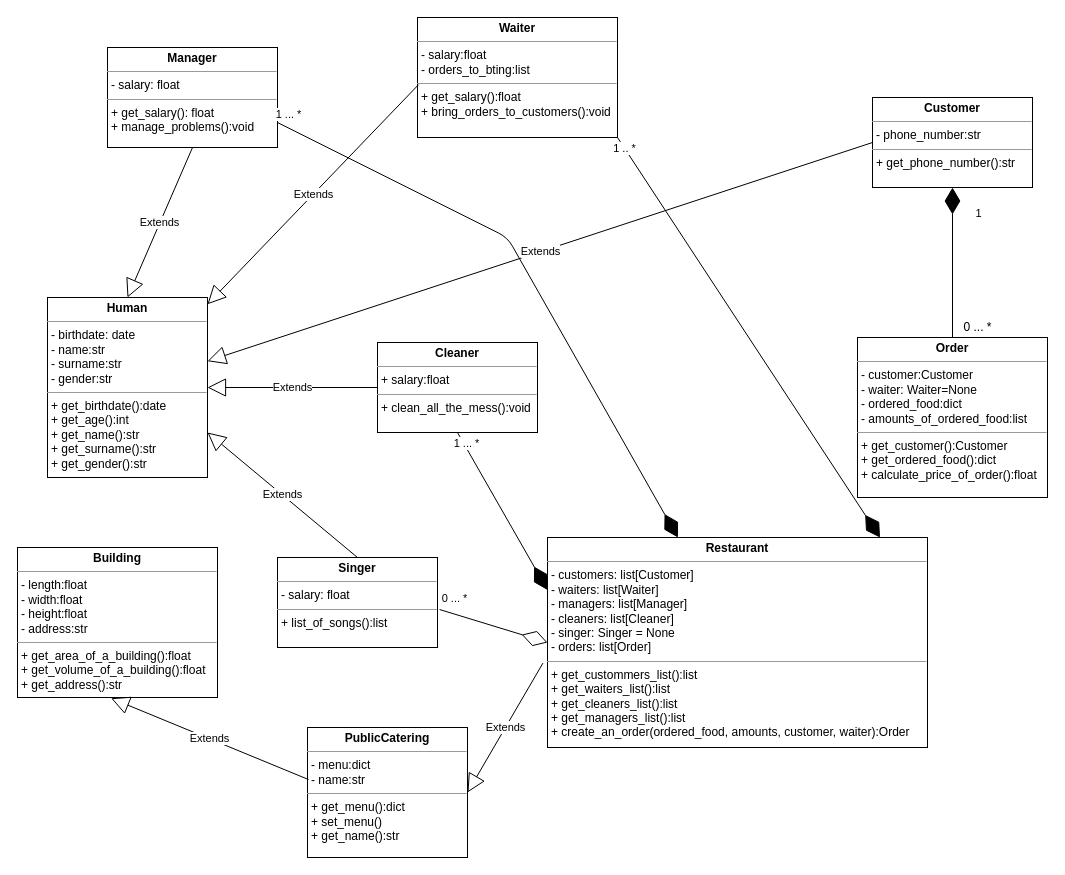
The draw.io diagram python_module/task_5/restaurant1.drawio in YeseniiaBorzova/python_education, before the edit. Source tidied: cells renumbered, new cells numbered last; positions are measured from the earlier drawing's top-left corner, leaving out a move shared by most shapes. Both pictures are drawn from the tidied source at 100%, with x=0, y=0 at pixel (17, 17).
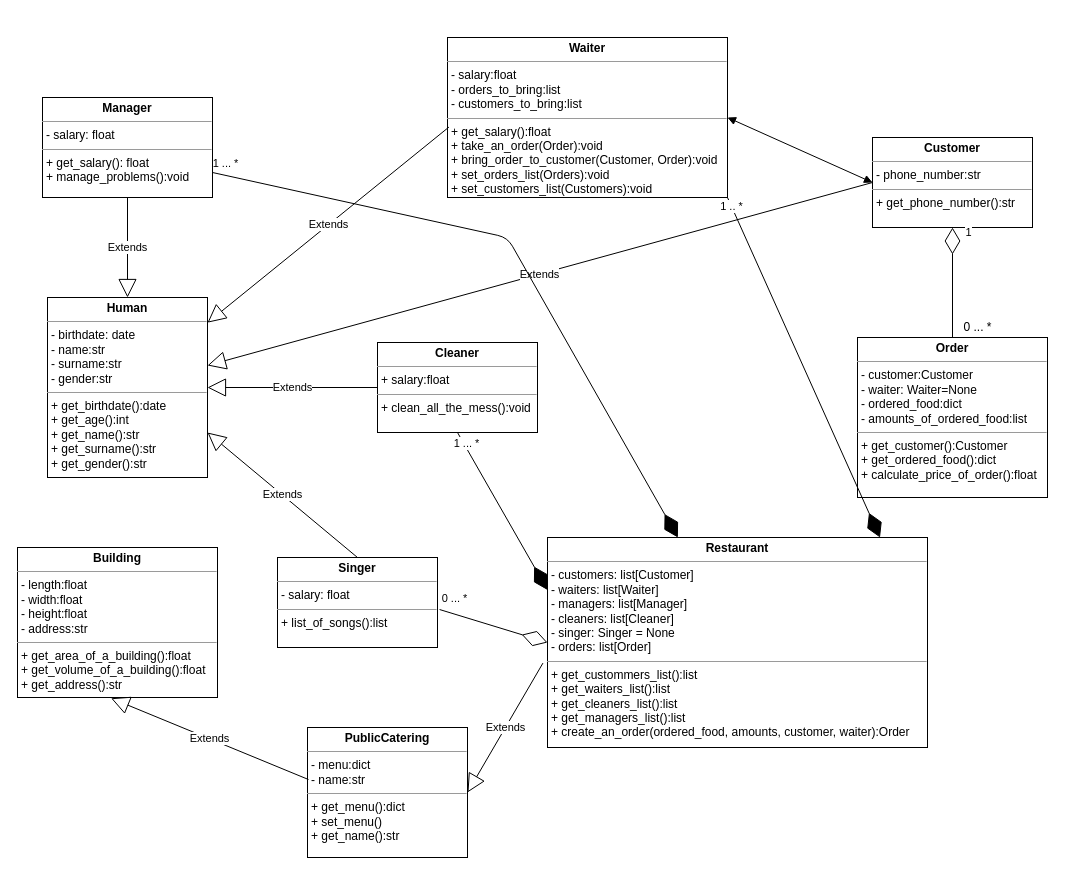
The same page after the edit.

Commit message:
Minor changes in relationships between classes

The change refers to these unchanged cells:
```xml
<mxCell id="14" value="&lt;p style=&quot;margin: 0px ; margin-top: 4px ; text-align: center&quot;&gt;&lt;b&gt;Order&lt;/b&gt;&lt;/p&gt;&lt;hr size=&quot;1&quot;&gt;&lt;p style=&quot;margin: 0px ; margin-left: 4px&quot;&gt;- customer:Customer&lt;/p&gt;&lt;p style=&quot;margin: 0px ; margin-left: 4px&quot;&gt;- waiter: Waiter=None&lt;/p&gt;&lt;p style=&quot;margin: 0px ; margin-left: 4px&quot;&gt;- ordered_food:dict&lt;/p&gt;&lt;p style=&quot;margin: 0px ; margin-left: 4px&quot;&gt;- amounts_of_ordered_food:list&lt;/p&gt;&lt;hr size=&quot;1&quot;&gt;&lt;p style=&quot;margin: 0px ; margin-left: 4px&quot;&gt;+ get_customer():Customer&lt;/p&gt;&lt;p style=&quot;margin: 0px ; margin-left: 4px&quot;&gt;+ get_ordered_food():dict&lt;/p&gt;&lt;p style=&quot;margin: 0px ; margin-left: 4px&quot;&gt;+ calculate_price_of_order():float&lt;/p&gt;" style="verticalAlign=top;align=left;overflow=fill;fontSize=12;fontFamily=Helvetica;html=1;" parent="1" vertex="1">
  <mxGeometry x="840" y="320" width="190" height="160" as="geometry" />
</mxCell>
```

Diff of the diagram source:
```diff
@@
-    <mxCell id="3" value="&lt;p style=&quot;margin: 0px ; margin-top: 4px ; text-align: center&quot;&gt;&lt;b&gt;Waiter&lt;/b&gt;&lt;/p&gt;&lt;hr size=&quot;1&quot;&gt;&lt;p style=&quot;margin: 0px ; margin-left: 4px&quot;&gt;- salary:float&lt;/p&gt;&lt;p style=&quot;margin: 0px ; margin-left: 4px&quot;&gt;- orders_to_bting:list&lt;/p&gt;&lt;hr size=&quot;1&quot;&gt;&lt;p style=&quot;margin: 0px ; margin-left: 4px&quot;&gt;+ get_salary():float&lt;/p&gt;&lt;p style=&quot;margin: 0px ; margin-left: 4px&quot;&gt;+ bring_orders_to_customers():void&lt;/p&gt;" style="verticalAlign=top;align=left;overflow=fill;fontSize=12;fontFamily=Helvetica;html=1;" parent="1" vertex="1">
-      <mxGeometry x="400" width="200" height="120" as="geometry" />
+    <mxCell id="3" value="&lt;p style=&quot;margin: 0px ; margin-top: 4px ; text-align: center&quot;&gt;&lt;b&gt;Waiter&lt;/b&gt;&lt;/p&gt;&lt;hr size=&quot;1&quot;&gt;&lt;p style=&quot;margin: 0px ; margin-left: 4px&quot;&gt;- salary:float&lt;/p&gt;&lt;p style=&quot;margin: 0px ; margin-left: 4px&quot;&gt;- orders_to_bring:list&lt;/p&gt;&lt;p style=&quot;margin: 0px ; margin-left: 4px&quot;&gt;- customers_to_bring:list&lt;br&gt;&lt;/p&gt;&lt;hr size=&quot;1&quot;&gt;&lt;p style=&quot;margin: 0px ; margin-left: 4px&quot;&gt;+ get_salary():float&lt;/p&gt;&lt;p style=&quot;margin: 0px ; margin-left: 4px&quot;&gt;+ take_an_order(Order):void&lt;br&gt;&lt;/p&gt;&lt;p style=&quot;margin: 0px ; margin-left: 4px&quot;&gt;+ bring_order_to_customer(Customer, Order):void&lt;/p&gt;&lt;p style=&quot;margin: 0px ; margin-left: 4px&quot;&gt;+ set_orders_list(Orders):void&lt;/p&gt;&lt;p style=&quot;margin: 0px ; margin-left: 4px&quot;&gt;+ set_customers_list(Customers):void&lt;br&gt;&lt;/p&gt;&lt;p style=&quot;margin: 0px ; margin-left: 4px&quot;&gt;&lt;br&gt;&lt;/p&gt;" style="verticalAlign=top;align=left;overflow=fill;fontSize=12;fontFamily=Helvetica;html=1;" parent="1" vertex="1">
+      <mxGeometry x="430" y="20" width="280" height="160" as="geometry" />
     </mxCell>
@@
     <mxCell id="11" value="&lt;p style=&quot;margin: 0px ; margin-top: 4px ; text-align: center&quot;&gt;&lt;b&gt;Customer&lt;/b&gt;&lt;/p&gt;&lt;hr size=&quot;1&quot;&gt;&lt;p style=&quot;margin: 0px ; margin-left: 4px&quot;&gt;- phone_number:str&lt;/p&gt;&lt;hr size=&quot;1&quot;&gt;&lt;p style=&quot;margin: 0px ; margin-left: 4px&quot;&gt;+ get_phone_number():str&lt;/p&gt;" style="verticalAlign=top;align=left;overflow=fill;fontSize=12;fontFamily=Helvetica;html=1;" parent="1" vertex="1">
-      <mxGeometry x="855" y="80" width="160" height="90" as="geometry" />
+      <mxGeometry x="855" y="120" width="160" height="90" as="geometry" />
     </mxCell>
@@
-    <mxCell id="15" style="endArrow=diamondThin;endFill=1;endSize=24;html=1;entryX=0.5;entryY=1;entryDx=0;entryDy=0;exitX=0.5;exitY=0;exitDx=0;exitDy=0;" parent="1" edge="1" source="14" target="11">
-      <mxGeometry relative="1" as="geometry" />
-    </mxCell>
-    <mxCell id="16" value="1" style="edgeLabel;html=1;align=center;verticalAlign=middle;" parent="15" vertex="1">
-      <mxGeometry x="0.66" y="3" relative="1" as="geometry">
-        <mxPoint x="28" as="offset" />
-      </mxGeometry>
-    </mxCell>
@@
     <mxCell id="23" value="&lt;p style=&quot;margin: 0px ; margin-top: 4px ; text-align: center&quot;&gt;&lt;b&gt;Manager&lt;/b&gt;&lt;br&gt;&lt;/p&gt;&lt;hr size=&quot;1&quot;&gt;&lt;p style=&quot;margin: 0px ; margin-left: 4px&quot;&gt;- salary: float&lt;br&gt;&lt;/p&gt;&lt;hr size=&quot;1&quot;&gt;&lt;p style=&quot;margin: 0px ; margin-left: 4px&quot;&gt;+ get_salary(): float&lt;/p&gt;&lt;p style=&quot;margin: 0px ; margin-left: 4px&quot;&gt;+ manage_problems():void&lt;br&gt;&lt;/p&gt;&lt;p style=&quot;margin: 0px ; margin-left: 4px&quot;&gt;&lt;br&gt;&lt;/p&gt;" style="verticalAlign=top;align=left;overflow=fill;fontSize=12;fontFamily=Helvetica;html=1;" parent="1" vertex="1">
-      <mxGeometry x="90" y="30" width="170" height="100" as="geometry" />
+      <mxGeometry x="25" y="80" width="170" height="100" as="geometry" />
     </mxCell>
@@
+    <mxCell id="15" style="endArrow=diamondThin;endFill=0;endSize=24;html=1;exitX=0.5;exitY=0;exitDx=0;exitDy=0;" parent="1" edge="1" source="14" target="11">
+      <mxGeometry relative="1" as="geometry" />
+    </mxCell>
+    <mxCell id="16" value="1" style="edgeLabel;html=1;align=center;verticalAlign=middle;" parent="15" vertex="1">
+      <mxGeometry x="0.69" y="-7" relative="1" as="geometry">
+        <mxPoint x="8" y="-13" as="offset" />
+      </mxGeometry>
+    </mxCell>
+    <mxCell id="31" style="endArrow=block;startArrow=block;endFill=1;startFill=1;html=1;exitX=1;exitY=0.5;exitDx=0;exitDy=0;entryX=0;entryY=0.5;entryDx=0;entryDy=0;" parent="1" edge="1" source="3" target="11">
+      <mxGeometry relative="1" as="geometry" />
+    </mxCell>
```
